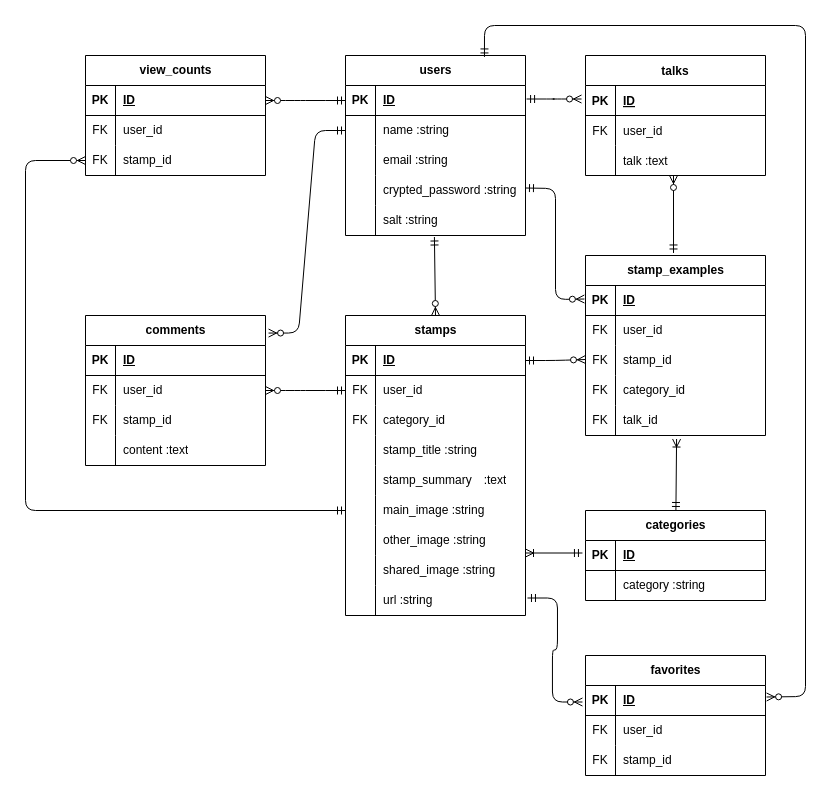
takino-sho/stamp_check keeps this draw.io diagram as er copy.drawio. Above is the earlier version. Source tidied: cells renumbered, new cells numbered last; positions are measured from the earlier drawing's top-left corner, leaving out a move shared by most shapes. Both pictures are drawn from the tidied source at 100%, with x=0, y=0 at pixel (25, 25).
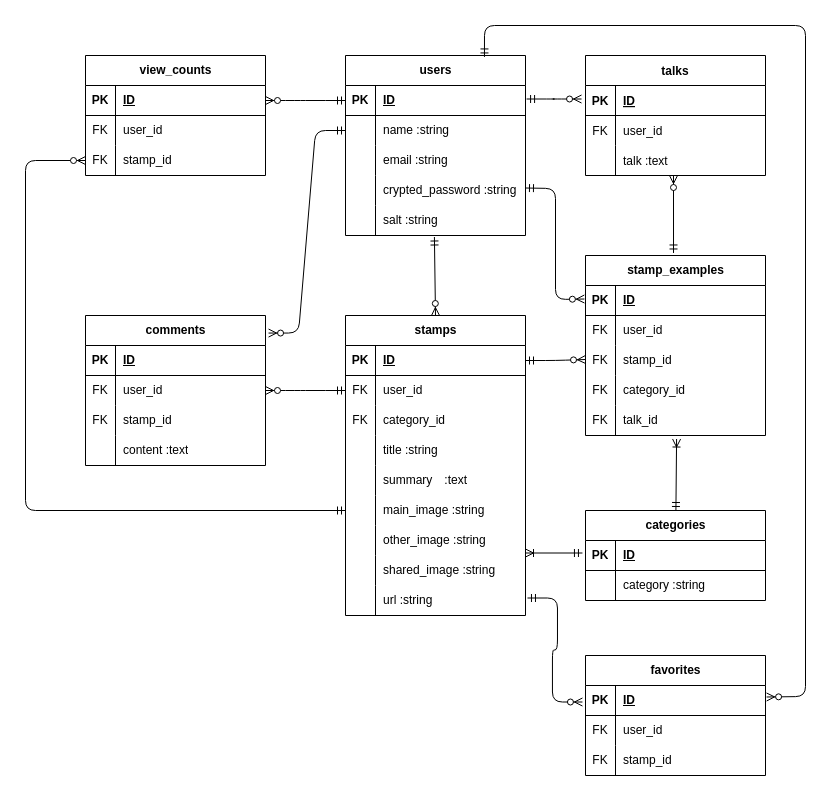
The same diagram, later.

The change refers to these unchanged cells:
```xml
<mxCell id="88" style="shape=tableRow;horizontal=0;startSize=0;swimlaneHead=0;swimlaneBody=0;fillColor=none;top=0;left=0;right=0;bottom=0;" parent="78" vertex="1">
  <mxGeometry y="120" width="180" height="30" as="geometry" />
</mxCell>
<mxCell id="91" style="shape=tableRow;horizontal=0;startSize=0;swimlaneHead=0;swimlaneBody=0;fillColor=none;top=0;left=0;right=0;bottom=0;" parent="78" vertex="1">
  <mxGeometry y="150" width="180" height="30" as="geometry" />
</mxCell>
```

What changed in the source:
```diff
@@
-    <mxCell id="90" value="stamp_title :string" style="shape=partialRectangle;fillColor=none;top=0;left=0;bottom=0;right=0;align=left;spacingLeft=6;overflow=hidden;whiteSpace=wrap;html=1;" parent="88" vertex="1">
+    <mxCell id="90" value="title :string" style="shape=partialRectangle;fillColor=none;top=0;left=0;bottom=0;right=0;align=left;spacingLeft=6;overflow=hidden;whiteSpace=wrap;html=1;" parent="88" vertex="1">
       <mxGeometry x="30" width="150" height="30" as="geometry" />
     </mxCell>
@@
-    <mxCell id="93" value="stamp_summary　:text" style="shape=partialRectangle;fillColor=none;top=0;left=0;bottom=0;right=0;align=left;spacingLeft=6;overflow=hidden;whiteSpace=wrap;html=1;" parent="91" vertex="1">
+    <mxCell id="93" value="summary　:text" style="shape=partialRectangle;fillColor=none;top=0;left=0;bottom=0;right=0;align=left;spacingLeft=6;overflow=hidden;whiteSpace=wrap;html=1;" parent="91" vertex="1">
       <mxGeometry x="30" width="150" height="30" as="geometry" />
     </mxCell>
```
